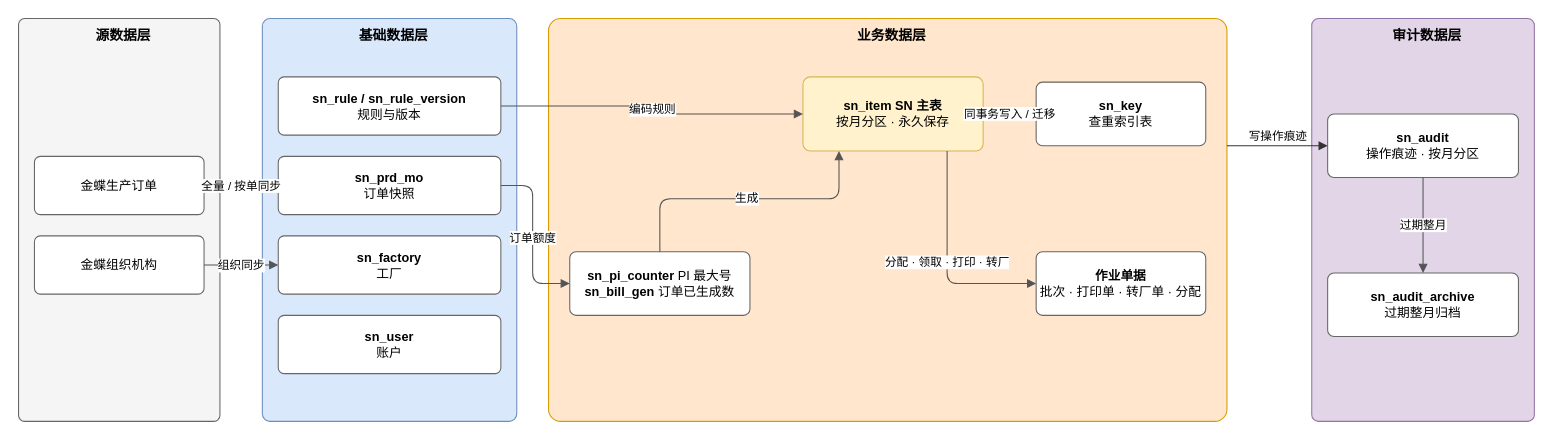
Before: docs/images/系统技术方案/fig2-3-data-layer.drawio in Createsnow/sn-center, a draw.io diagram. Source tidied: cells renumbered, new cells numbered last; positions are measured from the earlier drawing's top-left corner, leaving out a move shared by most shapes. Both pictures are drawn from the tidied source at 106%, with x=0, y=0 at pixel (18, 18).
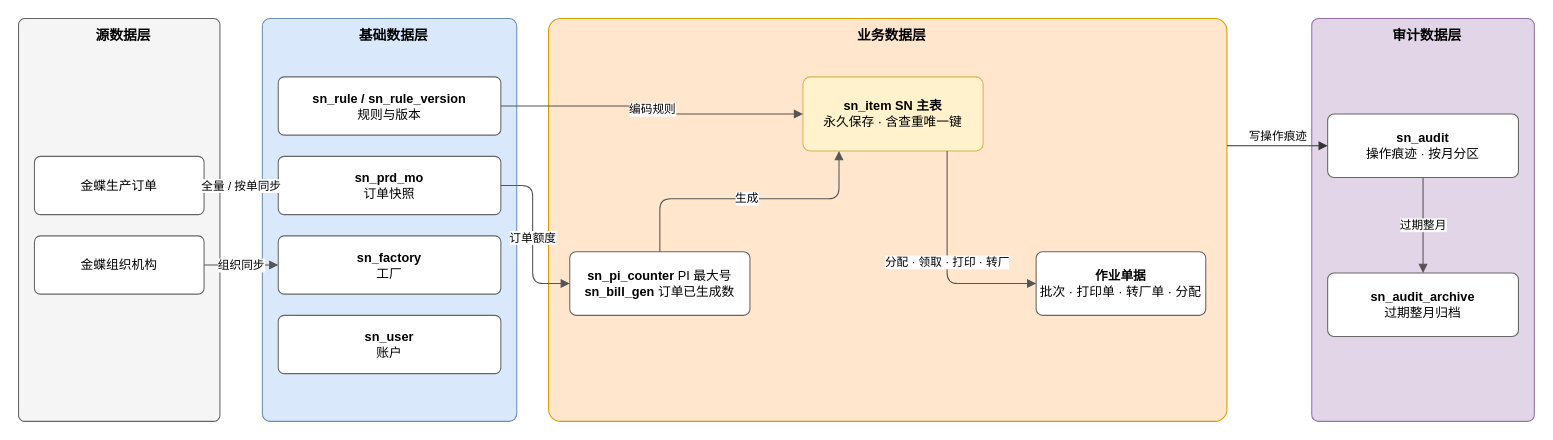
The same diagram, later.

The edit, as a diff of the source:
```diff
@@
-    <mxCell id="12" value="&lt;b&gt;sn_item SN 主表&lt;/b&gt;&lt;br&gt;按月分区 · 永久保存" style="rounded=1;arcSize=10;whiteSpace=wrap;html=1;fillColor=#fff2cc;strokeColor=#d6b656;fontSize=12;fontFamily=Microsoft YaHei,PingFang SC,Helvetica,Arial,WenQuanYi Zen Hei,sans-serif;" parent="1" vertex="1">
+    <mxCell id="12" value="&lt;b&gt;sn_item SN 主表&lt;/b&gt;&lt;br&gt;永久保存 · 含查重唯一键" style="rounded=1;arcSize=10;whiteSpace=wrap;html=1;fillColor=#fff2cc;strokeColor=#d6b656;fontSize=12;fontFamily=Microsoft YaHei,PingFang SC,Helvetica,Arial,WenQuanYi Zen Hei,sans-serif;" parent="1" vertex="1">
       <mxGeometry x="740" y="55" width="170" height="70" as="geometry" />
     </mxCell>
-    <mxCell id="13" value="&lt;b&gt;sn_key&lt;/b&gt;&lt;br&gt;查重索引表" style="rounded=1;arcSize=10;whiteSpace=wrap;html=1;fillColor=#ffffff;strokeColor=#666666;fontSize=12;fontFamily=Microsoft YaHei,PingFang SC,Helvetica,Arial,WenQuanYi Zen Hei,sans-serif;" parent="1" vertex="1">
-      <mxGeometry x="960" y="60" width="160" height="60" as="geometry" />
-    </mxCell>
@@
-    <mxCell id="23" value="同事务写入 / 迁移" style="edgeStyle=orthogonalEdgeStyle;rounded=1;html=1;endArrow=block;endFill=1;strokeColor=#555555;fontSize=11;labelBackgroundColor=#ffffff;fontFamily=Microsoft YaHei,PingFang SC,Helvetica,Arial,WenQuanYi Zen Hei,sans-serif;exitX=1;exitY=0.5;exitDx=0;exitDy=0;entryX=0;entryY=0.5;entryDx=0;entryDy=0;startArrow=block;startFill=1;" parent="1" edge="1" source="12" target="13">
-      <mxGeometry relative="1" as="geometry" />
-    </mxCell>
```
